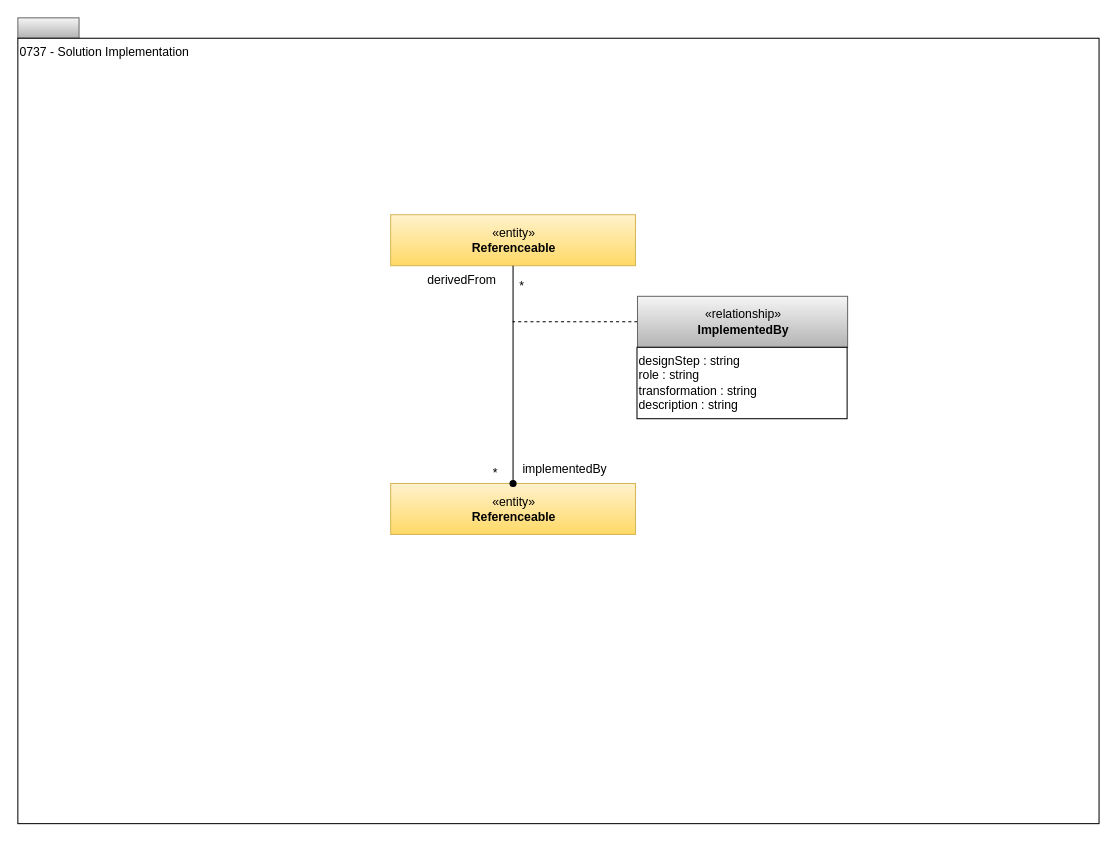
Earlier version of the draw.io diagram page "0737-Solution-Implementation" (9 of 17) of site/docs/types/7/area-7-lineage.drawio (odpi/egeria-docs). Source tidied: cells renumbered, new cells numbered last; positions are measured from the earlier drawing's top-left corner, leaving out a move shared by most shapes. Both pictures are drawn from the tidied source at 102%, with x=0, y=0 at pixel (17, 17).
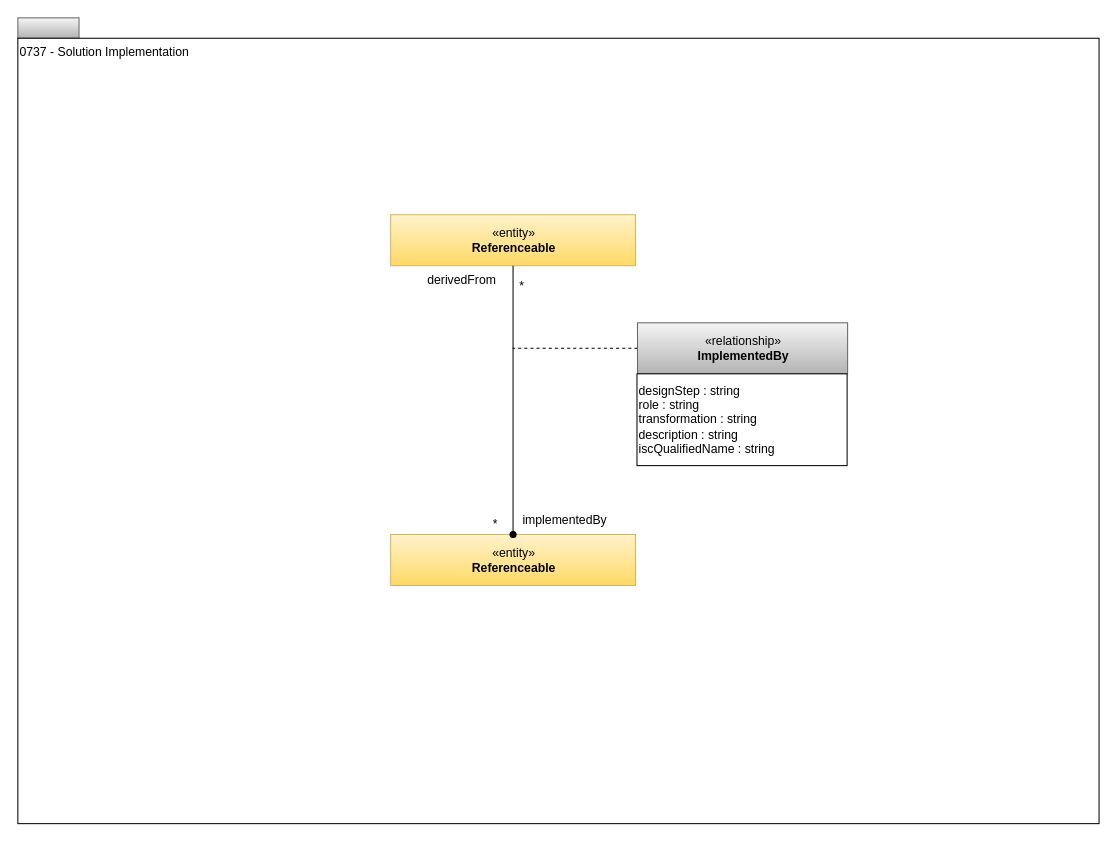
Above is the later version.

Diff of the diagram source:
```diff
@@
 <mxGraphModel>
   <root>
     <mxCell id="0" />
     <mxCell id="1" parent="0" />
     <mxCell id="2" style="rounded=0;whiteSpace=wrap;html=1;align=left;fillColor=#f5f5f5;strokeColor=#666666;gradientColor=#b3b3b3;" parent="1" vertex="1">
       <mxGeometry width="60" height="20" as="geometry" />
     </mxCell>
     <mxCell id="3" value="0737 - Solution Implementation" style="rounded=0;whiteSpace=wrap;html=1;align=left;verticalAlign=top;" parent="1" vertex="1">
       <mxGeometry y="20" width="1060" height="770" as="geometry" />
     </mxCell>
     <mxCell id="4" value="«entity»&lt;br&gt;&lt;b&gt;Referenceable&lt;/b&gt;" style="html=1;strokeColor=#d6b656;align=center;fillColor=#fff2cc;gradientColor=#ffd966;" parent="1" vertex="1">
       <mxGeometry x="365.5" y="193" width="240" height="50" as="geometry" />
     </mxCell>
     <mxCell id="5" value="«entity»&lt;br&gt;&lt;b&gt;Referenceable&lt;/b&gt;" style="html=1;strokeColor=#d6b656;align=center;fillColor=#fff2cc;gradientColor=#ffd966;" parent="1" vertex="1">
-      <mxGeometry x="365.5" y="456.5" width="240" height="50" as="geometry" />
+      <mxGeometry x="365.5" y="506.5" width="240" height="50" as="geometry" />
     </mxCell>
     <mxCell id="6" style="edgeStyle=orthogonalEdgeStyle;rounded=0;html=1;exitX=0;exitY=0.5;endArrow=none;endFill=0;jettySize=auto;dashed=1;" parent="1" edge="1" source="7">
       <mxGeometry relative="1" as="geometry">
-        <mxPoint x="485" y="298" as="targetPoint" />
+        <mxPoint x="485" y="324" as="targetPoint" />
       </mxGeometry>
     </mxCell>
     <mxCell id="7" value="«relationship»&lt;br&gt;&lt;b&gt;ImplementedBy&lt;/b&gt;" style="html=1;strokeColor=#666666;align=center;fillColor=#f5f5f5;gradientColor=#b3b3b3;" parent="1" vertex="1">
-      <mxGeometry x="607.5" y="273" width="206" height="50" as="geometry" />
+      <mxGeometry x="607.5" y="299" width="206" height="50" as="geometry" />
     </mxCell>
-    <mxCell id="8" value="designStep : string&lt;br&gt;role : string&lt;br&gt;transformation : string&lt;br&gt;description : string" style="rounded=0;whiteSpace=wrap;html=1;strokeColor=#000000;gradientColor=#ffffff;align=left;" parent="1" vertex="1">
-      <mxGeometry x="607" y="323" width="206" height="70" as="geometry" />
+    <mxCell id="8" value="designStep : string&lt;br&gt;role : string&lt;br&gt;transformation : string&lt;br&gt;description : string&lt;div&gt;iscQualifiedName : string&lt;/div&gt;" style="rounded=0;whiteSpace=wrap;html=1;strokeColor=#000000;gradientColor=#ffffff;align=left;" parent="1" vertex="1">
+      <mxGeometry x="607" y="349" width="206" height="90" as="geometry" />
     </mxCell>
     <mxCell id="9" value="*" style="text;html=1;align=center;verticalAlign=top;spacingTop=-4;" parent="1" vertex="1">
       <mxGeometry x="486" y="253" width="15" height="14" as="geometry" />
     </mxCell>
     <mxCell id="10" value="*" style="text;html=1;align=center;verticalAlign=top;spacingTop=-4;" parent="1" vertex="1">
-      <mxGeometry x="460" y="436.5" width="15" height="14" as="geometry" />
+      <mxGeometry x="460" y="486.5" width="15" height="14" as="geometry" />
     </mxCell>
     <mxCell id="11" value="derivedFrom" style="text;html=1;align=center;verticalAlign=top;spacingTop=-4;" parent="1" vertex="1">
       <mxGeometry x="395" y="247" width="80" height="20" as="geometry" />
     </mxCell>
     <mxCell id="12" value="implementedBy" style="text;html=1;align=center;verticalAlign=top;spacingTop=-4;" parent="1" vertex="1">
-      <mxGeometry x="486" y="433" width="100" height="20" as="geometry" />
+      <mxGeometry x="486" y="483" width="100" height="20" as="geometry" />
     </mxCell>
     <mxCell id="13" style="edgeStyle=orthogonalEdgeStyle;rounded=0;html=1;exitX=0.5;exitY=0;endArrow=none;endFill=0;jettySize=auto;entryX=0.5;entryY=1;entryDx=0;entryDy=0;exitDx=0;exitDy=0;startArrow=oval;startFill=1;" parent="1" edge="1" source="5" target="4">
       <mxGeometry relative="1" as="geometry" />
     </mxCell>
   </root>
 </mxGraphModel>
```
